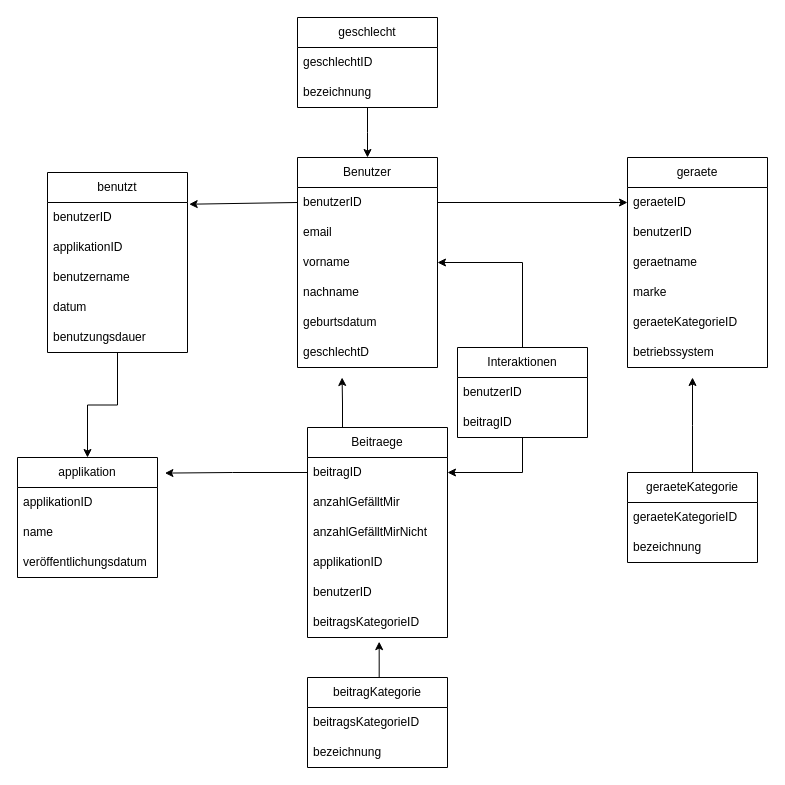
Earlier version of the draw.io diagram Unbenanntes Diagramm.drawio (elifefe/neu). Source tidied: cells renumbered, new cells numbered last; positions are measured from the earlier drawing's top-left corner, leaving out a move shared by most shapes. Both pictures are drawn from the tidied source at 100%, with x=0, y=0 at pixel (17, 17).
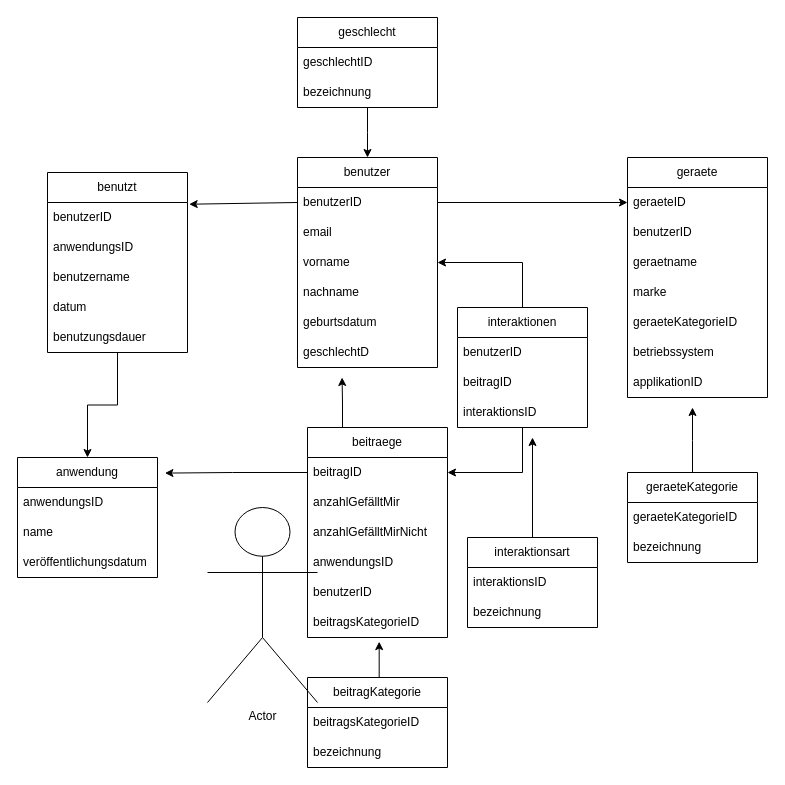
Above is the later version.

Unchanged cells that the change refers to:
```xml
<mxCell id="3" value="benutzt" style="swimlane;fontStyle=0;horizontal=1;startSize=30;whiteSpace=wrap;html=1;" parent="1" vertex="1">
  <mxGeometry x="30" y="155" width="140" height="180" as="geometry" />
</mxCell>
<mxCell id="25" value="geraeteKategorie" style="swimlane;fontStyle=0;horizontal=1;startSize=30;whiteSpace=wrap;html=1;" parent="1" vertex="1">
  <mxGeometry x="610" y="455" width="130" height="90" as="geometry" />
</mxCell>
```

Change to the diagram source:
```diff
@@
-    <mxCell id="5" value="applikationID" style="text;strokeColor=none;fillColor=none;align=left;verticalAlign=middle;spacingLeft=4;spacingRight=4;overflow=hidden;whiteSpace=wrap;html=1;" parent="3" vertex="1">
+    <mxCell id="5" value="anwendungsID" style="text;strokeColor=none;fillColor=none;align=left;verticalAlign=middle;spacingLeft=4;spacingRight=4;overflow=hidden;whiteSpace=wrap;html=1;" parent="3" vertex="1">
       <mxGeometry y="60" width="140" height="30" as="geometry" />
     </mxCell>
@@
-    <mxCell id="9" value="Benutzer" style="swimlane;fontStyle=0;horizontal=1;startSize=30;whiteSpace=wrap;html=1;" parent="1" vertex="1">
+    <mxCell id="9" value="benutzer" style="swimlane;fontStyle=0;horizontal=1;startSize=30;whiteSpace=wrap;html=1;" parent="1" vertex="1">
       <mxGeometry x="280" y="140" width="140" height="210" as="geometry" />
     </mxCell>
@@
-    <mxCell id="20" value="applikation" style="swimlane;fontStyle=0;horizontal=1;startSize=30;whiteSpace=wrap;html=1;" parent="1" vertex="1">
+    <mxCell id="20" value="anwendung" style="swimlane;fontStyle=0;horizontal=1;startSize=30;whiteSpace=wrap;html=1;" parent="1" vertex="1">
       <mxGeometry y="440" width="140" height="120" as="geometry" />
     </mxCell>
-    <mxCell id="21" value="applikationID" style="text;strokeColor=none;fillColor=none;align=left;verticalAlign=middle;spacingLeft=4;spacingRight=4;overflow=hidden;whiteSpace=wrap;html=1;" parent="20" vertex="1">
+    <mxCell id="21" value="anwendungsID" style="text;strokeColor=none;fillColor=none;align=left;verticalAlign=middle;spacingLeft=4;spacingRight=4;overflow=hidden;whiteSpace=wrap;html=1;" parent="20" vertex="1">
       <mxGeometry y="30" width="140" height="30" as="geometry" />
     </mxCell>
@@
-    <mxCell id="24" style="edgeStyle=orthogonalEdgeStyle;rounded=0;jettySize=auto;html=1;" parent="1" edge="1" source="25">
-      <mxGeometry relative="1" as="geometry">
-        <mxPoint x="675" y="360" as="targetPoint" />
-      </mxGeometry>
-    </mxCell>
+    <mxCell id="55" style="edgeStyle=orthogonalEdgeStyle;rounded=0;jettySize=auto;html=1;" parent="1" edge="1" source="25">
+      <mxGeometry relative="1" as="geometry">
+        <mxPoint x="675" y="390" as="targetPoint" />
+      </mxGeometry>
+    </mxCell>
@@
     <mxCell id="31" value="geraete" style="swimlane;fontStyle=0;horizontal=1;startSize=30;whiteSpace=wrap;html=1;" parent="1" vertex="1">
-      <mxGeometry x="610" y="140" width="140" height="210" as="geometry" />
+      <mxGeometry x="610" y="140" width="140" height="240" as="geometry" />
     </mxCell>
@@
+    <mxCell id="56" value="applikationID" style="text;strokeColor=none;fillColor=none;align=left;verticalAlign=middle;spacingLeft=4;spacingRight=4;overflow=hidden;whiteSpace=wrap;html=1;" parent="31" vertex="1">
+      <mxGeometry y="210" width="140" height="30" as="geometry" />
+    </mxCell>
@@
-    <mxCell id="39" value="Beitraege" style="swimlane;fontStyle=0;horizontal=1;startSize=30;whiteSpace=wrap;html=1;" parent="1" vertex="1">
+    <mxCell id="39" value="beitraege" style="swimlane;fontStyle=0;horizontal=1;startSize=30;whiteSpace=wrap;html=1;" parent="1" vertex="1">
       <mxGeometry x="290" y="410" width="140" height="210" as="geometry" />
     </mxCell>
@@
-    <mxCell id="43" value="applikationID" style="text;strokeColor=none;fillColor=none;align=left;verticalAlign=middle;spacingLeft=4;spacingRight=4;overflow=hidden;whiteSpace=wrap;html=1;" parent="39" vertex="1">
+    <mxCell id="43" value="anwendungsID" style="text;strokeColor=none;fillColor=none;align=left;verticalAlign=middle;spacingLeft=4;spacingRight=4;overflow=hidden;whiteSpace=wrap;html=1;" parent="39" vertex="1">
       <mxGeometry y="120" width="140" height="30" as="geometry" />
     </mxCell>
@@
-    <mxCell id="48" value="Interaktionen" style="swimlane;fontStyle=0;horizontal=1;startSize=30;whiteSpace=wrap;html=1;" parent="1" vertex="1">
-      <mxGeometry x="440" y="330" width="130" height="90" as="geometry" />
+    <mxCell id="48" value="interaktionen" style="swimlane;fontStyle=0;horizontal=1;startSize=30;whiteSpace=wrap;html=1;" parent="1" vertex="1">
+      <mxGeometry x="440" y="290" width="130" height="120" as="geometry" />
     </mxCell>
@@
+    <mxCell id="57" value="interaktionsID" style="text;strokeColor=none;fillColor=none;align=left;verticalAlign=middle;spacingLeft=4;spacingRight=4;overflow=hidden;whiteSpace=wrap;html=1;" parent="48" vertex="1">
+      <mxGeometry y="90" width="130" height="30" as="geometry" />
+    </mxCell>
@@
+    <mxCell id="58" style="edgeStyle=orthogonalEdgeStyle;rounded=0;jettySize=auto;html=1;" parent="1" edge="1" source="59">
+      <mxGeometry relative="1" as="geometry">
+        <mxPoint x="515" y="420" as="targetPoint" />
+      </mxGeometry>
+    </mxCell>
+    <mxCell id="59" value="interaktionsart" style="swimlane;fontStyle=0;horizontal=1;startSize=30;whiteSpace=wrap;html=1;" parent="1" vertex="1">
+      <mxGeometry x="450" y="520" width="130" height="90" as="geometry" />
+    </mxCell>
+    <mxCell id="60" value="interaktionsID" style="text;strokeColor=none;fillColor=none;align=left;verticalAlign=middle;spacingLeft=4;spacingRight=4;overflow=hidden;whiteSpace=wrap;html=1;" parent="59" vertex="1">
+      <mxGeometry y="30" width="130" height="30" as="geometry" />
+    </mxCell>
+    <mxCell id="61" value="bezeichnung" style="text;strokeColor=none;fillColor=none;align=left;verticalAlign=middle;spacingLeft=4;spacingRight=4;overflow=hidden;whiteSpace=wrap;html=1;" parent="59" vertex="1">
+      <mxGeometry y="60" width="130" height="30" as="geometry" />
+    </mxCell>
+    <mxCell id="62" value="Actor" style="shape=umlActor;verticalLabelPosition=bottom;verticalAlign=top;html=1;" parent="1" vertex="1">
+      <mxGeometry x="190" y="490" width="110" height="195" as="geometry" />
+    </mxCell>
```
